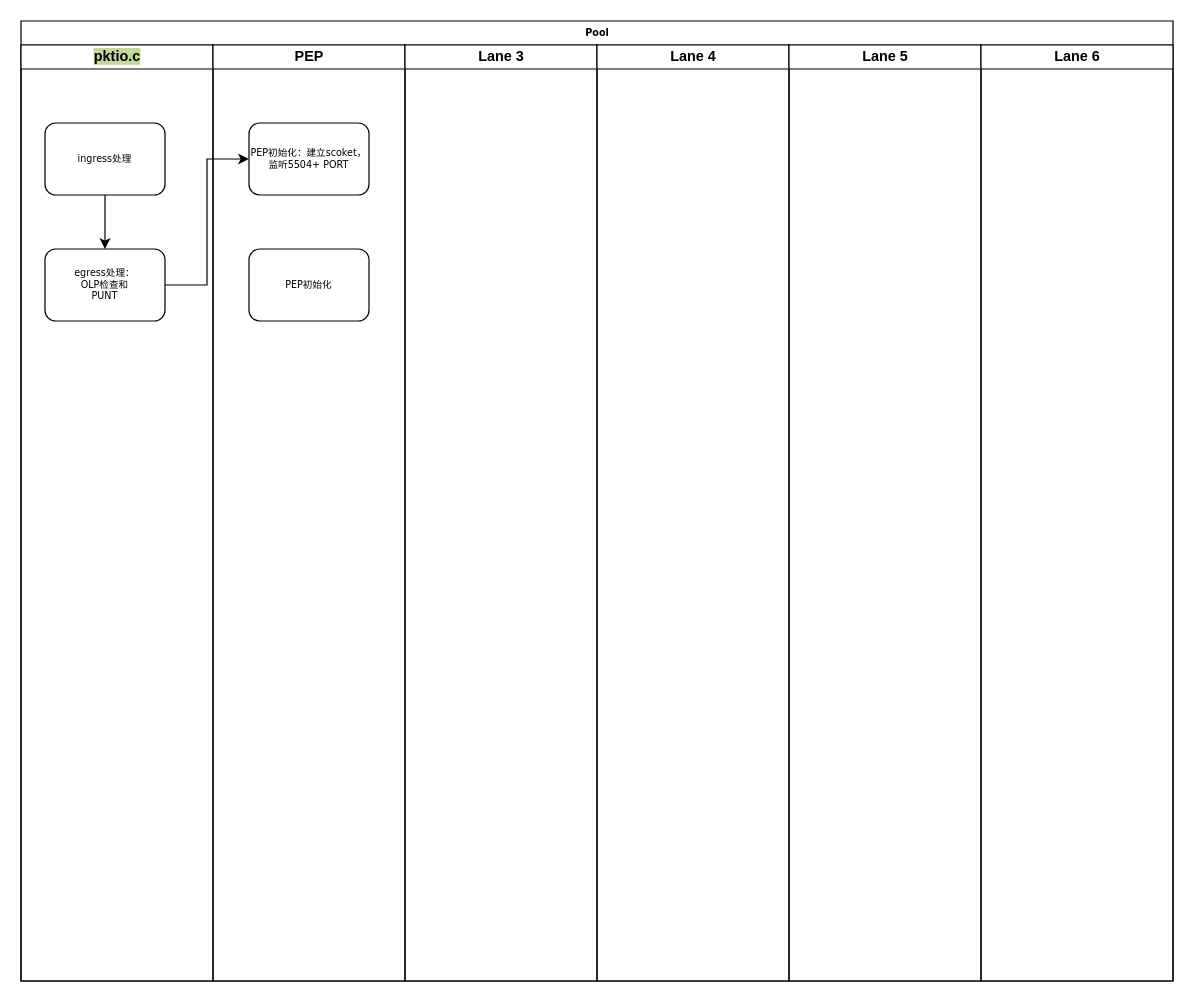
Earlier version of the draw.io diagram page "Page-1" (1 of 2) of Untitled Diagram.drawio (Chandler1990/leetcode). Source tidied: cells renumbered, new cells numbered last; positions are measured from the earlier drawing's top-left corner, leaving out a move shared by most shapes. Both pictures are drawn from the tidied source at 120%, with x=0, y=0 at pixel (20, 20).
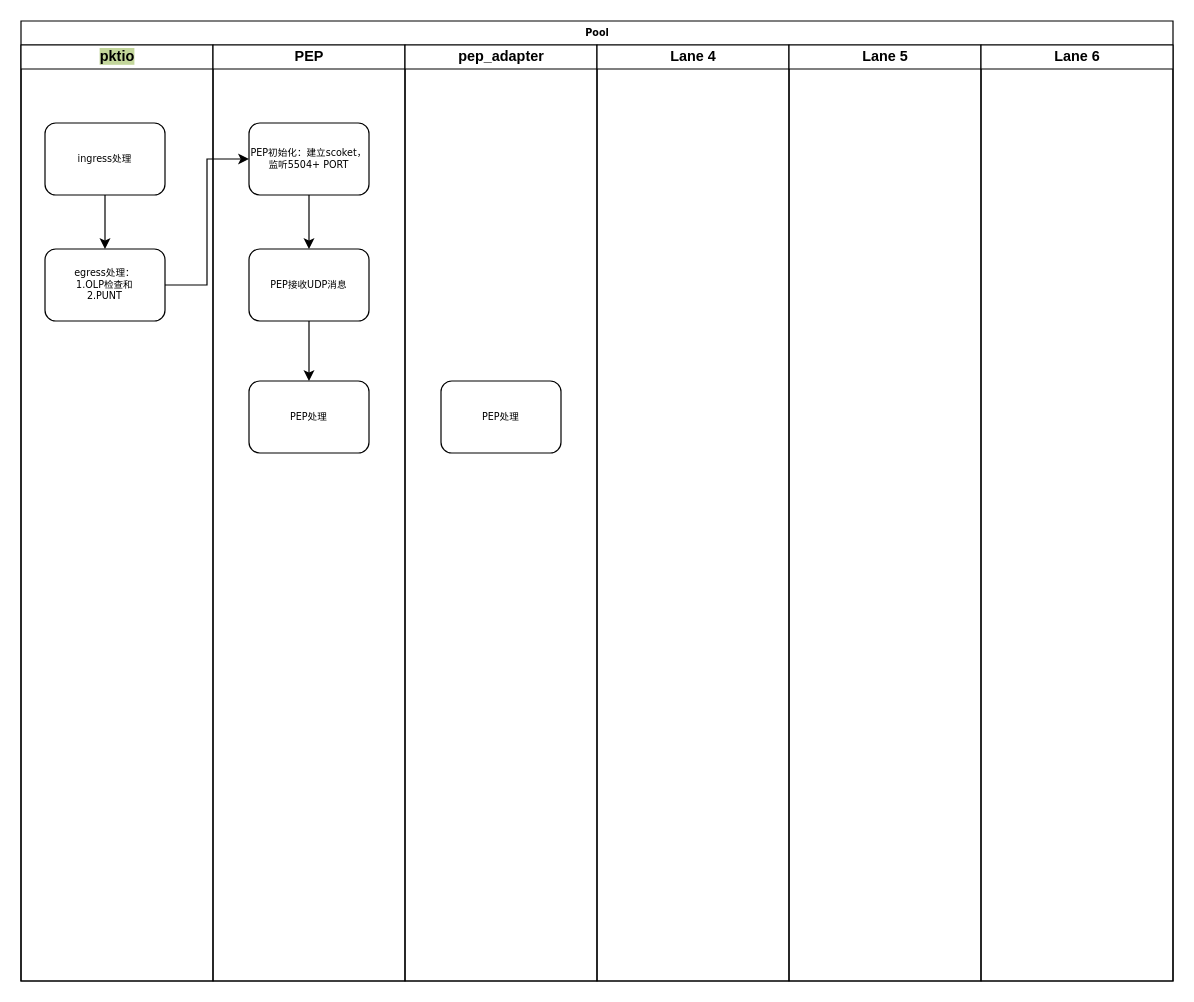
The same diagram, later.

What changed in the source:
```diff
@@
 <mxGraphModel>
   <root>
     <mxCell id="0" />
     <mxCell id="1" parent="0" />
     <mxCell id="2" value="Pool" style="swimlane;html=1;startSize=20;rounded=0;shadow=0;labelBackgroundColor=none;strokeWidth=1;fontFamily=Verdana;fontSize=8;align=center;" parent="1" vertex="1">
       <mxGeometry width="960" height="800" as="geometry" />
     </mxCell>
-    <mxCell id="3" value="&lt;span style=&quot;background: #c3d69b&quot;&gt;pktio.c&lt;/span&gt;" style="swimlane;html=1;startSize=20;" parent="2" vertex="1">
+    <mxCell id="3" value="&lt;span style=&quot;background: #c3d69b&quot;&gt;pktio&lt;/span&gt;" style="swimlane;html=1;startSize=20;" parent="2" vertex="1">
       <mxGeometry y="20" width="160" height="780" as="geometry" />
     </mxCell>
-    <mxCell id="4" value="egress处理：&lt;br&gt;OLP检查和&lt;br&gt;PUNT" style="rounded=1;whiteSpace=wrap;html=1;shadow=0;labelBackgroundColor=none;strokeWidth=1;fontFamily=Verdana;fontSize=8;align=center;" parent="3" vertex="1">
+    <mxCell id="4" value="egress处理：&lt;br&gt;1.OLP检查和&lt;br&gt;2.PUNT" style="rounded=1;whiteSpace=wrap;html=1;shadow=0;labelBackgroundColor=none;strokeWidth=1;fontFamily=Verdana;fontSize=8;align=center;" parent="3" vertex="1">
       <mxGeometry x="20" y="170" width="100" height="60" as="geometry" />
     </mxCell>
     <mxCell id="5" style="edgeStyle=orthogonalEdgeStyle;rounded=0;jettySize=auto;html=1;entryX=0.5;entryY=0;entryDx=0;entryDy=0;" parent="3" edge="1" source="6" target="4">
       <mxGeometry relative="1" as="geometry" />
     </mxCell>
     <mxCell id="6" value="ingress处理&lt;br&gt;" style="rounded=1;whiteSpace=wrap;html=1;shadow=0;labelBackgroundColor=none;strokeWidth=1;fontFamily=Verdana;fontSize=8;align=center;" parent="3" vertex="1">
       <mxGeometry x="20" y="65" width="100" height="60" as="geometry" />
     </mxCell>
     <mxCell id="7" value="PEP" style="swimlane;html=1;startSize=20;" parent="2" vertex="1">
       <mxGeometry x="160" y="20" width="160" height="780" as="geometry" />
     </mxCell>
+    <mxCell id="15" style="edgeStyle=orthogonalEdgeStyle;rounded=0;jettySize=auto;html=1;exitX=0.5;exitY=1;exitDx=0;exitDy=0;entryX=0.5;entryY=0;entryDx=0;entryDy=0;fontColor=default;" parent="7" edge="1" source="8" target="9">
+      <mxGeometry relative="1" as="geometry" />
+    </mxCell>
     <mxCell id="8" value="PEP初始化：建立scoket，监听5504+ PORT" style="rounded=1;whiteSpace=wrap;html=1;shadow=0;labelBackgroundColor=none;strokeWidth=1;fontFamily=Verdana;fontSize=8;align=center;" parent="7" vertex="1">
       <mxGeometry x="30" y="65" width="100" height="60" as="geometry" />
     </mxCell>
+    <mxCell id="16" style="edgeStyle=orthogonalEdgeStyle;rounded=0;jettySize=auto;html=1;exitX=0.5;exitY=1;exitDx=0;exitDy=0;entryX=0.5;entryY=0;entryDx=0;entryDy=0;fontColor=default;" parent="7" edge="1" source="9" target="17">
+      <mxGeometry relative="1" as="geometry" />
+    </mxCell>
-    <mxCell id="9" value="PEP初始化" style="rounded=1;whiteSpace=wrap;html=1;shadow=0;labelBackgroundColor=none;strokeWidth=1;fontFamily=Verdana;fontSize=8;align=center;" parent="7" vertex="1">
+    <mxCell id="9" value="PEP接收UDP消息" style="rounded=1;whiteSpace=wrap;html=1;shadow=0;labelBackgroundColor=none;strokeWidth=1;fontFamily=Verdana;fontSize=8;align=center;" parent="7" vertex="1">
       <mxGeometry x="30" y="170" width="100" height="60" as="geometry" />
     </mxCell>
+    <mxCell id="17" value="PEP处理" style="rounded=1;whiteSpace=wrap;html=1;shadow=0;labelBackgroundColor=none;strokeWidth=1;fontFamily=Verdana;fontSize=8;align=center;" parent="7" vertex="1">
+      <mxGeometry x="30" y="280" width="100" height="60" as="geometry" />
+    </mxCell>
-    <mxCell id="10" value="Lane 3" style="swimlane;html=1;startSize=20;" parent="2" vertex="1">
+    <mxCell id="10" value="pep_adapter" style="swimlane;html=1;startSize=20;" parent="2" vertex="1">
       <mxGeometry x="320" y="20" width="160" height="780" as="geometry" />
     </mxCell>
+    <mxCell id="18" value="PEP处理" style="rounded=1;whiteSpace=wrap;html=1;shadow=0;labelBackgroundColor=none;strokeWidth=1;fontFamily=Verdana;fontSize=8;align=center;" parent="10" vertex="1">
+      <mxGeometry x="30" y="280" width="100" height="60" as="geometry" />
+    </mxCell>
     <mxCell id="11" value="Lane 4" style="swimlane;html=1;startSize=20;" parent="2" vertex="1">
       <mxGeometry x="480" y="20" width="160" height="780" as="geometry" />
     </mxCell>
     <mxCell id="12" value="Lane 5" style="swimlane;html=1;startSize=20;" parent="2" vertex="1">
       <mxGeometry x="640" y="20" width="160" height="780" as="geometry" />
     </mxCell>
     <mxCell id="13" value="Lane 6" style="swimlane;html=1;startSize=20;" parent="2" vertex="1">
       <mxGeometry x="800" y="20" width="160" height="780" as="geometry" />
     </mxCell>
     <mxCell id="14" style="edgeStyle=orthogonalEdgeStyle;rounded=0;jettySize=auto;html=1;fontColor=default;entryX=0;entryY=0.5;entryDx=0;entryDy=0;" parent="2" edge="1" source="4" target="8">
       <mxGeometry relative="1" as="geometry" />
     </mxCell>
   </root>
 </mxGraphModel>
```
